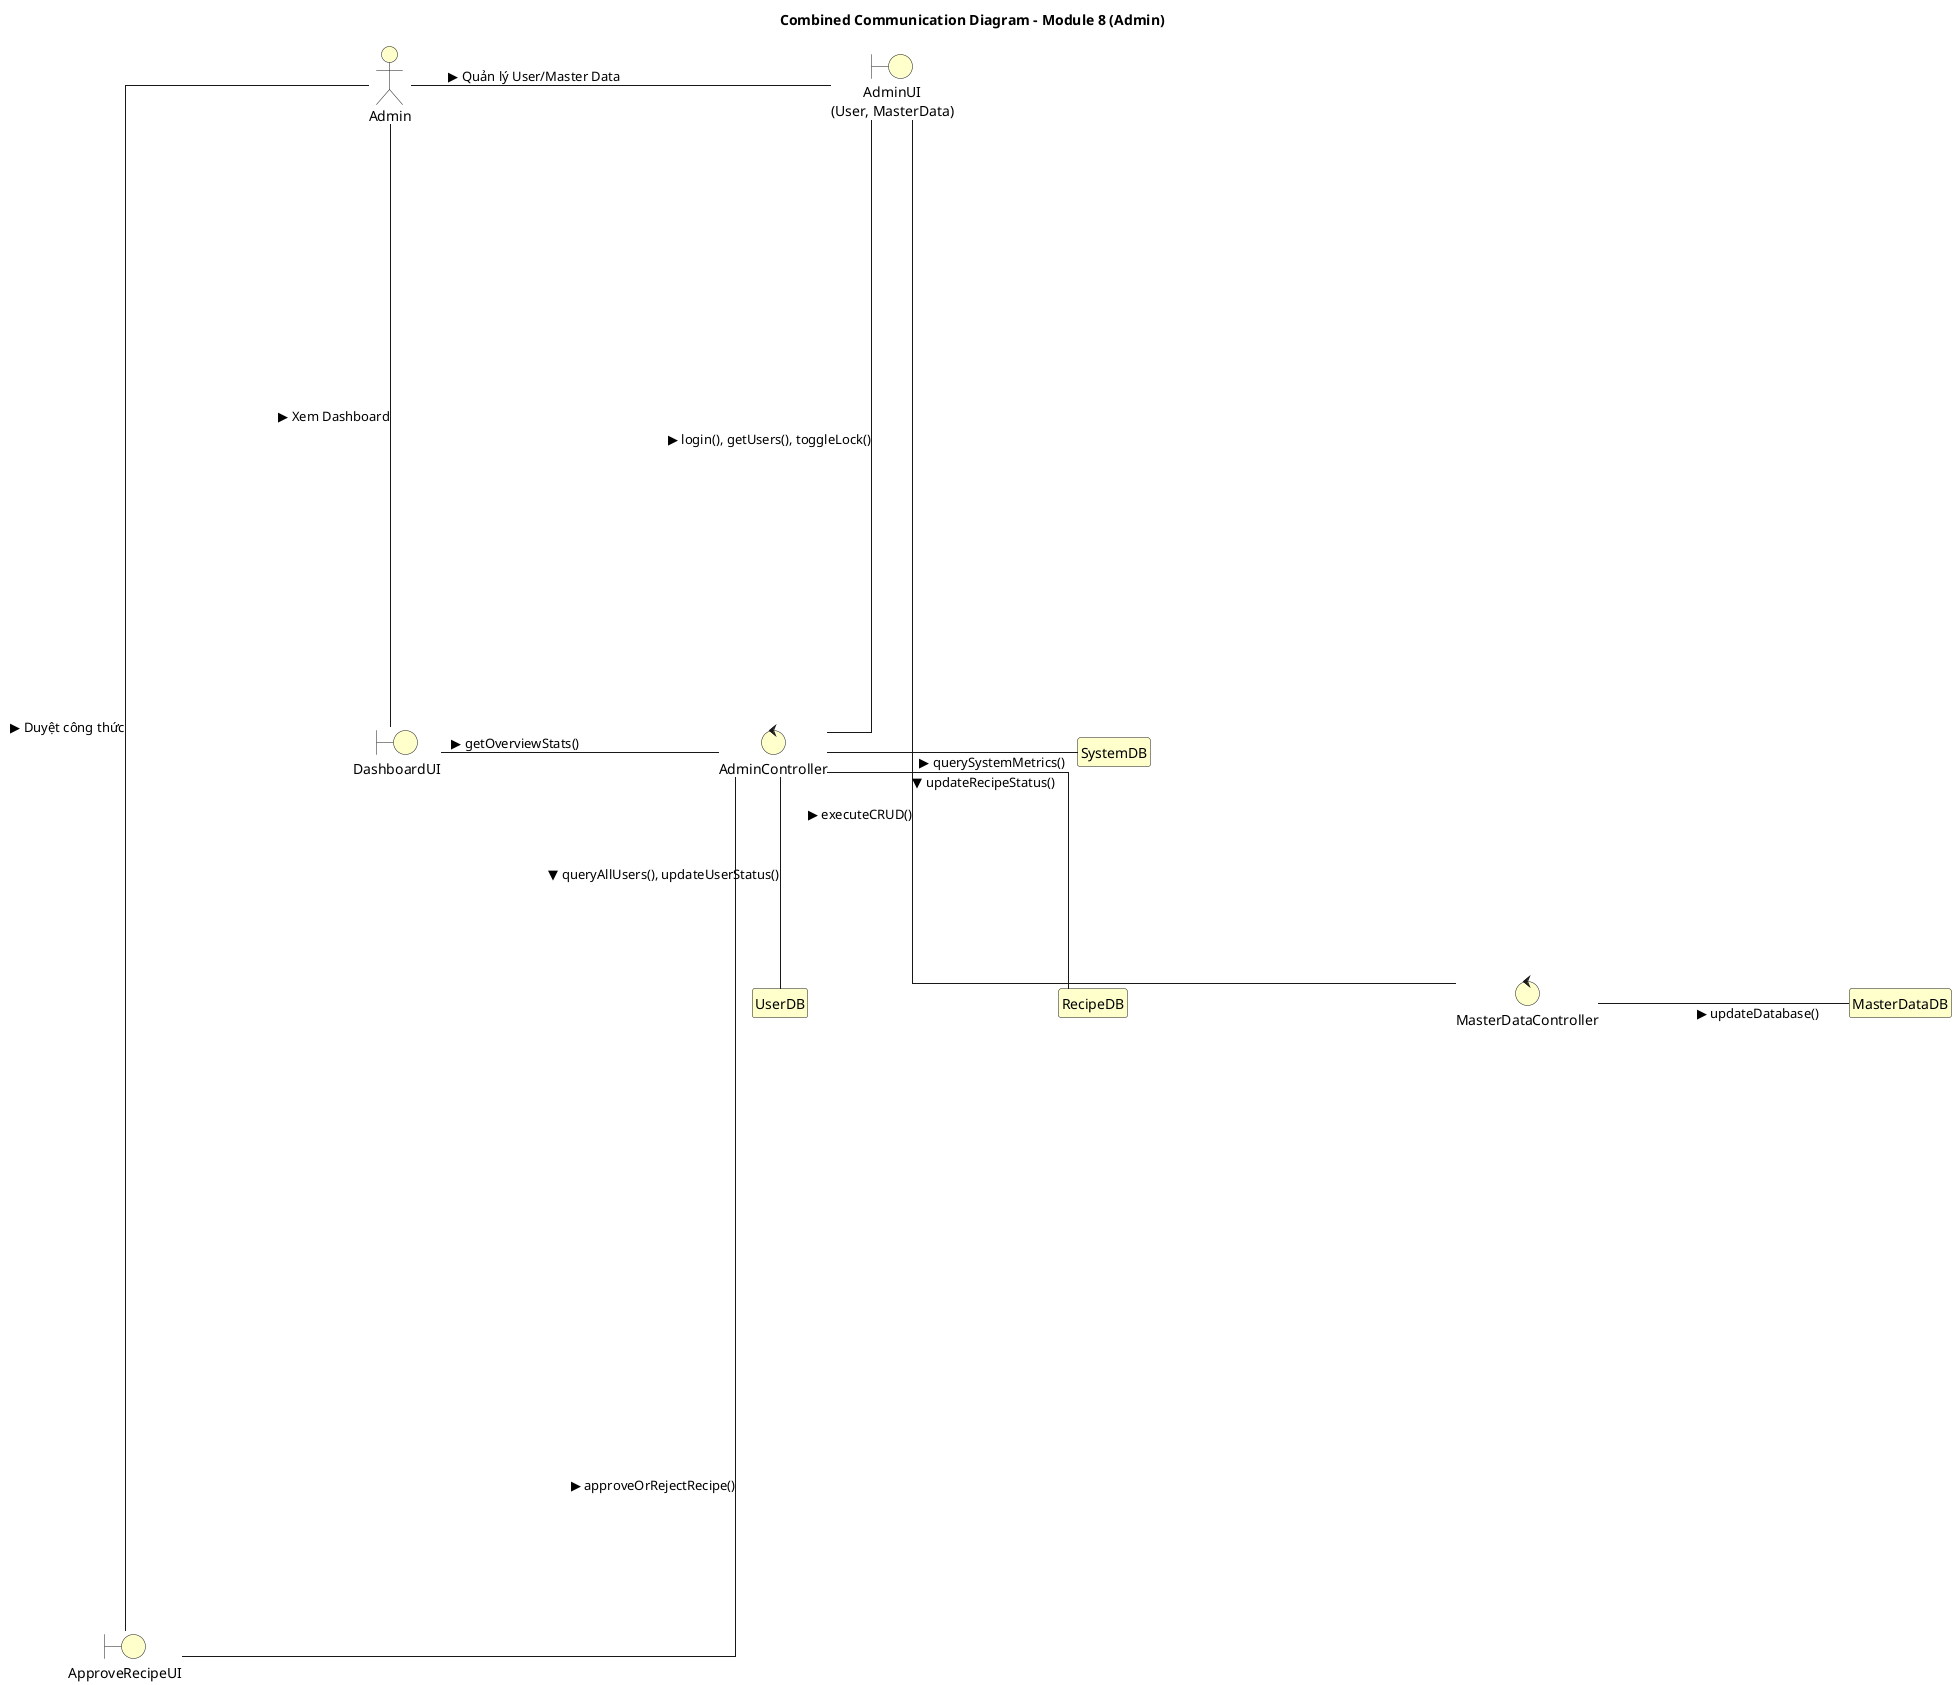
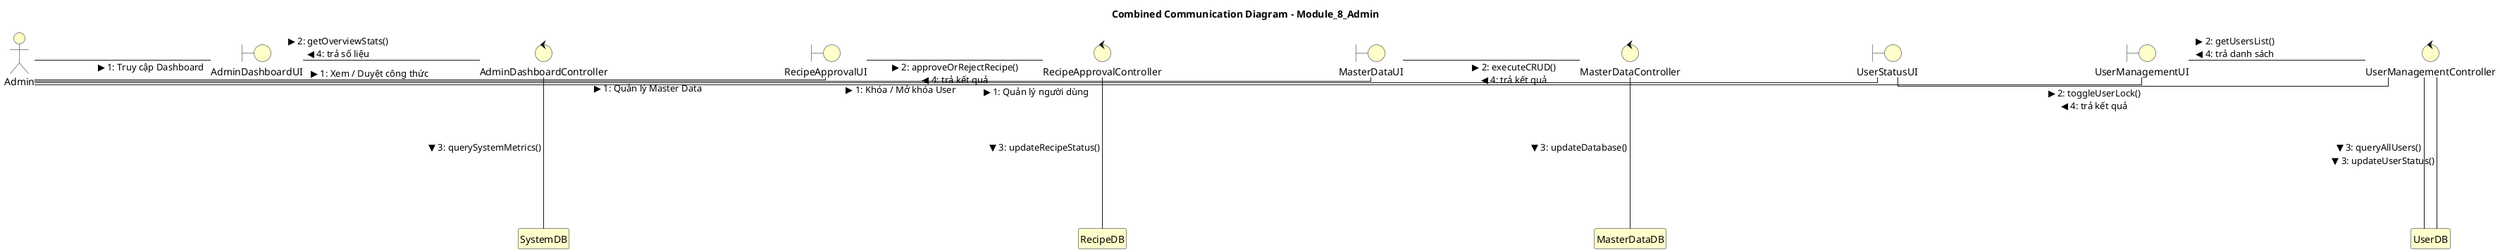
@startuml
- title Combined Communication Diagram - Module 8 (Admin)
+ title Combined Communication Diagram - Module_8_Admin

' Cấu hình nét thẳng và tắt đổ bóng
skinparam linetype ortho
skinparam shadowing false

' Tăng khoảng cách mặc định lên cao để tạo không gian rộng rãi
skinparam nodesep 250
skinparam ranksep 200
skinparam defaultTextAlignment center

' Xóa bỏ vòng tròn phân loại (E) và làm sạch bên trong khối
hide circle
hide empty members

' Cấu hình đồng bộ màu vàng
skinparam {
    ActorBackgroundColor #FFFFCC
    BoundaryBackgroundColor #FFFFCC
    ControlBackgroundColor #FFFFCC
    EntityBackgroundColor #FFFFCC
    ClassBackgroundColor #FFFFCC
}

allow_mixing
- actor "Admin" as Actor
- boundary "AdminUI\n(User, MasterData)" as AdminUI
- boundary "ApproveRecipeUI" as ApproveUI
- boundary "DashboardUI" as DashboardUI
- control "AdminController" as Controller
- control "MasterDataController" as MDController
- entity "UserDB" as UserDB
- entity "MasterDataDB" as MasterDataDB
- entity "RecipeDB" as RecipeDB
- entity "SystemDB" as SystemDB

- Actor -right--- AdminUI : " ▶ Quản lý User/Master Data"
- Actor -right--- ApproveUI : " ▶ Duyệt công thức"
- Actor -down--- DashboardUI : " ▶ Xem Dashboard"
+ actor "Admin" as Admin_Alias
+ boundary "UserManagementUI" as UserManagementUI_Alias
+ control "UserManagementController" as UserManagementController_Alias
+ entity "UserDB" as UserDB_Alias
+ boundary "UserStatusUI" as UserStatusUI_Alias
+ boundary "MasterDataUI" as MasterDataUI_Alias
+ control "MasterDataController" as MasterDataController_Alias
+ entity "MasterDataDB" as MasterDataDB_Alias
+ boundary "RecipeApprovalUI" as RecipeApprovalUI_Alias
+ control "RecipeApprovalController" as RecipeApprovalController_Alias
+ entity "RecipeDB" as RecipeDB_Alias
+ boundary "AdminDashboardUI" as AdminDashboardUI_Alias
+ control "AdminDashboardController" as AdminDashboardController_Alias
+ entity "SystemDB" as SystemDB_Alias

- AdminUI -right---- Controller : " ▶ login(), getUsers(), toggleLock()"
- AdminUI -down---- MDController : " ▶ executeCRUD()"
- ApproveUI -up---- Controller : " ▶ approveOrRejectRecipe()"
- DashboardUI -right---- Controller : " ▶ getOverviewStats()"
- 
- Controller -down- UserDB : " ▼ queryAllUsers(), updateUserStatus()"
- Controller -down- RecipeDB : " ▼ updateRecipeStatus()"
- Controller -right- SystemDB : " ▶ querySystemMetrics()"
- MDController -right- MasterDataDB : " ▶ updateDatabase()"
+ Admin_Alias -right--- UserManagementUI_Alias  : " ▶ 1: Quản lý người dùng "
+ UserManagementUI_Alias -right---- UserManagementController_Alias  : " ▶ 2: getUsersList() \n ◀ 4: trả danh sách "
+ UserManagementController_Alias -down- UserDB_Alias  : " ▼ 3: queryAllUsers() "
+ Admin_Alias -right--- UserStatusUI_Alias  : " ▶ 1: Khóa / Mở khóa User "
+ UserStatusUI_Alias -right---- UserManagementController_Alias  : " ▶ 2: toggleUserLock() \n ◀ 4: trả kết quả "
+ UserManagementController_Alias -down- UserDB_Alias  : " ▼ 3: updateUserStatus() "
+ Admin_Alias -right--- MasterDataUI_Alias  : " ▶ 1: Quản lý Master Data "
+ MasterDataUI_Alias -right---- MasterDataController_Alias  : " ▶ 2: executeCRUD() \n ◀ 4: trả kết quả "
+ MasterDataController_Alias -down- MasterDataDB_Alias  : " ▼ 3: updateDatabase() "
+ Admin_Alias -right--- RecipeApprovalUI_Alias  : " ▶ 1: Xem / Duyệt công thức "
+ RecipeApprovalUI_Alias -right---- RecipeApprovalController_Alias  : " ▶ 2: approveOrRejectRecipe() \n ◀ 4: trả kết quả "
+ RecipeApprovalController_Alias -down- RecipeDB_Alias  : " ▼ 3: updateRecipeStatus() "
+ Admin_Alias -right--- AdminDashboardUI_Alias  : " ▶ 1: Truy cập Dashboard "
+ AdminDashboardUI_Alias -right---- AdminDashboardController_Alias  : " ▶ 2: getOverviewStats() \n ◀ 4: trả số liệu "
+ AdminDashboardController_Alias -down- SystemDB_Alias  : " ▼ 3: querySystemMetrics() "

@enduml
